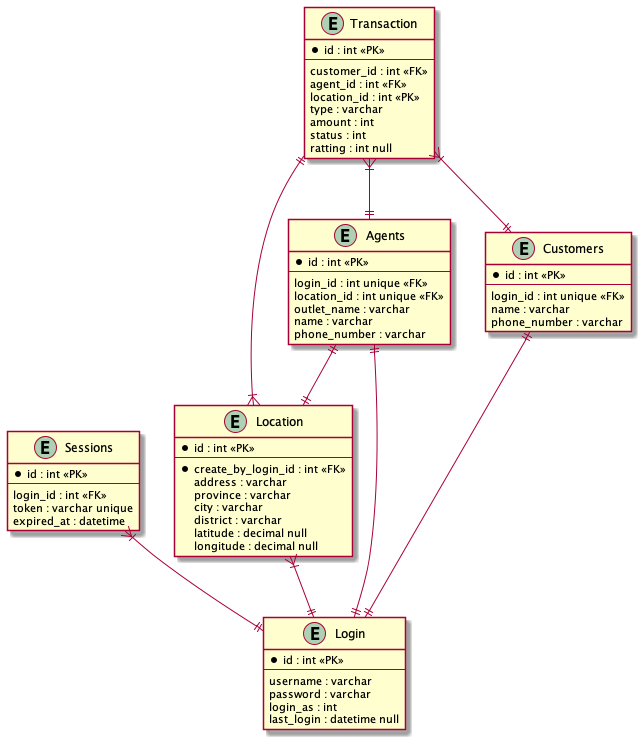
This is documentation/documentation/entity/entities.png from masdikaid/backend-antar-jemput-bank-service-golang-rakamin, a PlantUML export, as it was before one commit. Source of this version:
```plantuml
@startuml entities

entity Login {
    *id : int <<PK>>
    --
    username : varchar
    password : varchar
    login_as : int
    last_login : datetime null
}

entity Sessions {
    *id : int <<PK>>
    --
    login_id : int <<FK>>
    token : varchar unique
    expired_at : datetime
}

entity Customers {
    *id : int <<PK>>
    --
    login_id : int unique <<FK>>
    name : varchar
    phone_number : varchar
}

entity Agents {
    *id : int <<PK>>
    --
    login_id : int unique <<FK>>
    location_id : int unique <<FK>>
    outlet_name : varchar
    name : varchar
    phone_number : varchar
}

entity Location {
    *id : int <<PK>>
    --
    *create_by_login_id : int <<FK>>
    address : varchar
    province : varchar
    city : varchar
    district : varchar
    latitude : decimal null
    longitude : decimal null
}

entity Transaction {
    *id : int <<PK>>
    --
    customer_id : int <<FK>>
    agent_id : int <<FK>>
    location_id : int <<PK>>
    type : varchar
    amount : int
    status : int
    ratting : int null
}

Sessions }|--|| Login
Customers ||--|| Login
Agents ||--|| Login
Agents ||--|| Location
Location }|--|| Login
Location }|--|| Transaction
Transaction }|--|| Agents
Transaction }|--|| Customers
@enduml
```
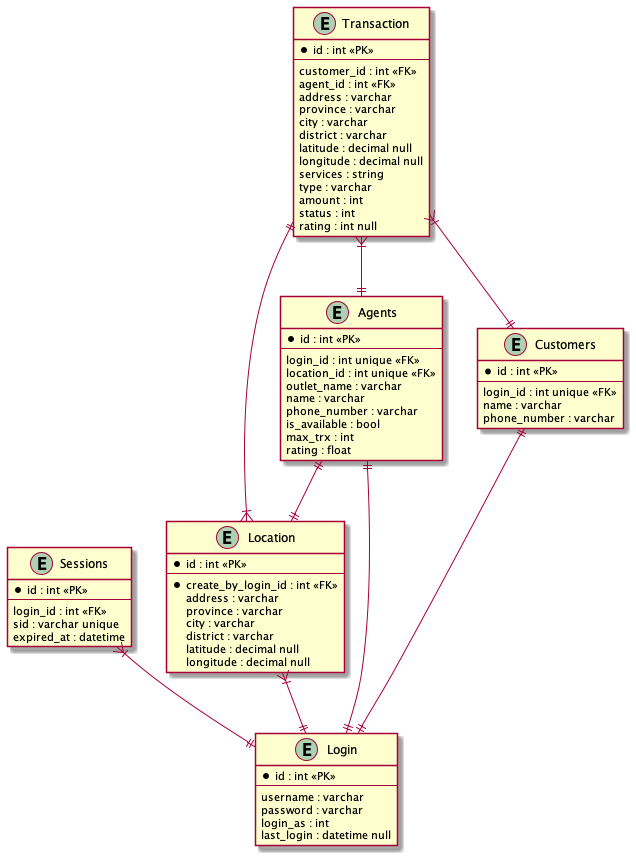
Later version of the same file.

What changed in the source:
```diff
@@ -13,7 +13,7 @@
     *id : int <<PK>>
     --
     login_id : int <<FK>>
-    token : varchar unique
+    sid : varchar unique
     expired_at : datetime
 }
 
@@ -33,6 +33,9 @@
     outlet_name : varchar
     name : varchar
     phone_number : varchar
+    is_available : bool
+    max_trx : int
+    rating : float
 }
 
 entity Location {
@@ -52,11 +55,17 @@
     --
     customer_id : int <<FK>>
     agent_id : int <<FK>>
-    location_id : int <<PK>>
+    address : varchar
+    province : varchar
+    city : varchar
+    district : varchar
+    latitude : decimal null
+    longitude : decimal null
+    services : string
     type : varchar
     amount : int
     status : int
-    ratting : int null
+    rating : int null
 }
 
 Sessions }|--|| Login
```
